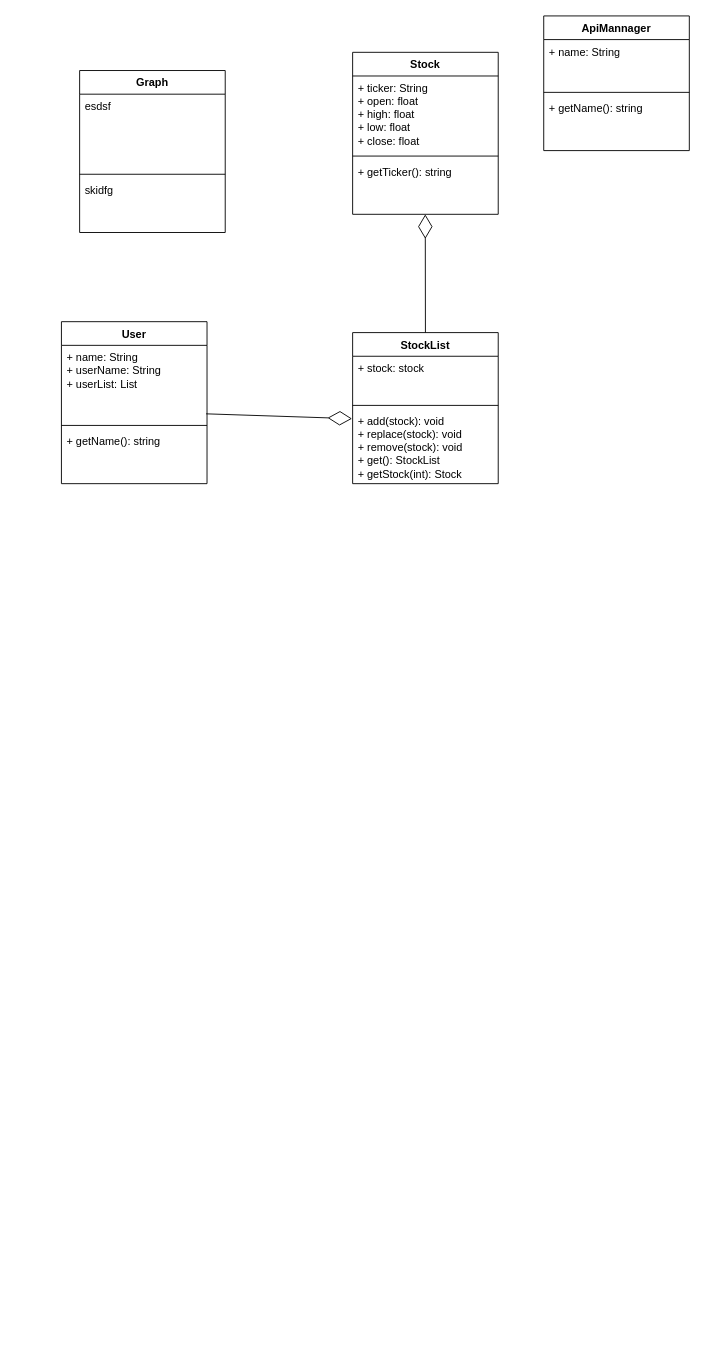
The draw.io diagram UML.drawio in Ian-Nelson01/480_Repo, before the edit. Source tidied: cells renumbered, new cells numbered last; positions are measured from the earlier drawing's top-left corner, leaving out a move shared by most shapes. Both pictures are drawn from the tidied source at 91%, with x=0, y=0 at pixel (61, 15).
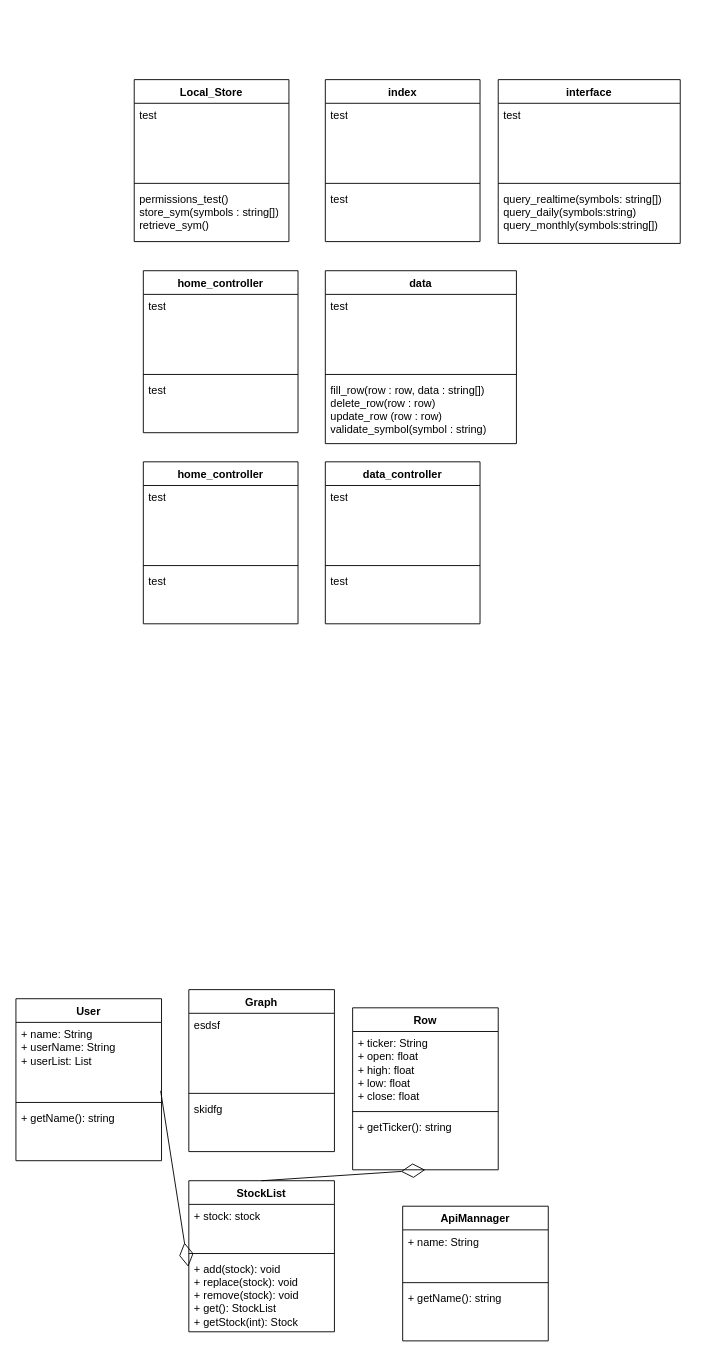
The same page after the edit.

The edit, as a diff of the source:
```diff
@@
-    <mxCell id="2" value="Stock" style="swimlane;fontStyle=1;align=center;verticalAlign=top;horizontal=1;startSize=26;whiteSpace=wrap;html=1;" parent="1" vertex="1">
-      <mxGeometry x="320" y="40" width="160" height="178" as="geometry" />
+    <mxCell id="2" value="Row" style="swimlane;fontStyle=1;align=center;verticalAlign=top;horizontal=1;startSize=26;whiteSpace=wrap;html=1;" parent="1" vertex="1">
+      <mxGeometry x="320" y="1090" width="160" height="178" as="geometry" />
     </mxCell>
@@
     <mxCell id="6" value="StockList" style="swimlane;fontStyle=1;align=center;verticalAlign=top;horizontal=1;startSize=26;whiteSpace=wrap;html=1;" parent="1" vertex="1">
-      <mxGeometry x="320" y="348" width="160" height="166" as="geometry" />
+      <mxGeometry x="140" y="1280" width="160" height="166" as="geometry" />
     </mxCell>
@@
     <mxCell id="10" value="User" style="swimlane;fontStyle=1;align=center;verticalAlign=top;horizontal=1;startSize=26;whiteSpace=wrap;html=1;" parent="1" vertex="1">
-      <mxGeometry y="336" width="160" height="178" as="geometry" />
+      <mxGeometry x="-50" y="1080" width="160" height="178" as="geometry" />
     </mxCell>
@@
     <mxCell id="14" value="ApiMannager" style="swimlane;fontStyle=1;align=center;verticalAlign=top;horizontal=1;startSize=26;whiteSpace=wrap;html=1;" parent="1" vertex="1">
-      <mxGeometry x="530" width="160" height="148" as="geometry" />
+      <mxGeometry x="375" y="1308" width="160" height="148" as="geometry" />
     </mxCell>
@@
     <mxCell id="20" value="Graph" style="swimlane;fontStyle=1;align=center;verticalAlign=top;horizontal=1;startSize=26;whiteSpace=wrap;html=1;" parent="1" vertex="1">
-      <mxGeometry x="20" y="60" width="160" height="178" as="geometry" />
+      <mxGeometry x="140" y="1070" width="160" height="178" as="geometry" />
     </mxCell>
@@
+    <mxCell id="24" value="Local_Store" style="swimlane;fontStyle=1;align=center;verticalAlign=top;horizontal=1;startSize=26;whiteSpace=wrap;html=1;" parent="1" vertex="1">
+      <mxGeometry x="80" y="70" width="170" height="178" as="geometry" />
+    </mxCell>
+    <mxCell id="25" value="test" style="text;strokeColor=none;fillColor=none;align=left;verticalAlign=top;spacingLeft=4;spacingRight=4;overflow=hidden;whiteSpace=wrap;html=1;" parent="24" vertex="1">
+      <mxGeometry y="26" width="170" height="84" as="geometry" />
+    </mxCell>
+    <mxCell id="26" style="line;strokeWidth=1;fillColor=none;align=left;verticalAlign=middle;spacingTop=-1;spacingLeft=3;spacingRight=3;labelPosition=right;strokeColor=inherit;" parent="24" vertex="1">
+      <mxGeometry y="110" width="170" height="8" as="geometry" />
+    </mxCell>
+    <mxCell id="27" value="&lt;div&gt;permissions_test()&lt;/div&gt;&lt;div&gt;store_sym(symbols : string[])&lt;/div&gt;&lt;div&gt;retrieve_sym()&lt;br&gt;&lt;/div&gt;" style="text;strokeColor=none;fillColor=none;align=left;verticalAlign=top;spacingLeft=4;spacingRight=4;overflow=hidden;whiteSpace=wrap;html=1;" parent="24" vertex="1">
+      <mxGeometry y="118" width="170" height="60" as="geometry" />
+    </mxCell>
+    <mxCell id="28" value="index" style="swimlane;fontStyle=1;align=center;verticalAlign=top;horizontal=1;startSize=26;whiteSpace=wrap;html=1;" parent="1" vertex="1">
+      <mxGeometry x="290" y="70" width="170" height="178" as="geometry" />
+    </mxCell>
+    <mxCell id="29" value="test" style="text;strokeColor=none;fillColor=none;align=left;verticalAlign=top;spacingLeft=4;spacingRight=4;overflow=hidden;whiteSpace=wrap;html=1;" parent="28" vertex="1">
+      <mxGeometry y="26" width="170" height="84" as="geometry" />
+    </mxCell>
+    <mxCell id="30" style="line;strokeWidth=1;fillColor=none;align=left;verticalAlign=middle;spacingTop=-1;spacingLeft=3;spacingRight=3;labelPosition=right;strokeColor=inherit;" parent="28" vertex="1">
+      <mxGeometry y="110" width="170" height="8" as="geometry" />
+    </mxCell>
+    <mxCell id="31" value="test" style="text;strokeColor=none;fillColor=none;align=left;verticalAlign=top;spacingLeft=4;spacingRight=4;overflow=hidden;whiteSpace=wrap;html=1;" parent="28" vertex="1">
+      <mxGeometry y="118" width="170" height="60" as="geometry" />
+    </mxCell>
+    <mxCell id="32" value="data" style="swimlane;fontStyle=1;align=center;verticalAlign=top;horizontal=1;startSize=26;whiteSpace=wrap;html=1;" parent="1" vertex="1">
+      <mxGeometry x="290" y="280" width="210" height="190" as="geometry" />
+    </mxCell>
+    <mxCell id="33" value="test" style="text;strokeColor=none;fillColor=none;align=left;verticalAlign=top;spacingLeft=4;spacingRight=4;overflow=hidden;whiteSpace=wrap;html=1;" parent="32" vertex="1">
+      <mxGeometry y="26" width="210" height="84" as="geometry" />
+    </mxCell>
+    <mxCell id="34" style="line;strokeWidth=1;fillColor=none;align=left;verticalAlign=middle;spacingTop=-1;spacingLeft=3;spacingRight=3;labelPosition=right;strokeColor=inherit;" parent="32" vertex="1">
+      <mxGeometry y="110" width="210" height="8" as="geometry" />
+    </mxCell>
+    <mxCell id="35" value="&lt;div&gt;fill_row(row : row, data : string[])&lt;/div&gt;&lt;div&gt;delete_row(row : row)&lt;/div&gt;&lt;div&gt;update_row (row : row)&lt;/div&gt;&lt;div&gt;validate_symbol(symbol : string) &lt;br&gt;&lt;/div&gt;" style="text;strokeColor=none;fillColor=none;align=left;verticalAlign=top;spacingLeft=4;spacingRight=4;overflow=hidden;whiteSpace=wrap;html=1;" parent="32" vertex="1">
+      <mxGeometry y="118" width="210" height="72" as="geometry" />
+    </mxCell>
+    <mxCell id="36" value="home_controller" style="swimlane;fontStyle=1;align=center;verticalAlign=top;horizontal=1;startSize=26;whiteSpace=wrap;html=1;" parent="1" vertex="1">
+      <mxGeometry x="90" y="280" width="170" height="178" as="geometry" />
+    </mxCell>
+    <mxCell id="37" value="test" style="text;strokeColor=none;fillColor=none;align=left;verticalAlign=top;spacingLeft=4;spacingRight=4;overflow=hidden;whiteSpace=wrap;html=1;" parent="36" vertex="1">
+      <mxGeometry y="26" width="170" height="84" as="geometry" />
+    </mxCell>
+    <mxCell id="38" style="line;strokeWidth=1;fillColor=none;align=left;verticalAlign=middle;spacingTop=-1;spacingLeft=3;spacingRight=3;labelPosition=right;strokeColor=inherit;" parent="36" vertex="1">
+      <mxGeometry y="110" width="170" height="8" as="geometry" />
+    </mxCell>
+    <mxCell id="39" value="test" style="text;strokeColor=none;fillColor=none;align=left;verticalAlign=top;spacingLeft=4;spacingRight=4;overflow=hidden;whiteSpace=wrap;html=1;" parent="36" vertex="1">
+      <mxGeometry y="118" width="170" height="60" as="geometry" />
+    </mxCell>
+    <mxCell id="40" value="home_controller" style="swimlane;fontStyle=1;align=center;verticalAlign=top;horizontal=1;startSize=26;whiteSpace=wrap;html=1;" parent="1" vertex="1">
+      <mxGeometry x="90" y="490" width="170" height="178" as="geometry" />
+    </mxCell>
+    <mxCell id="41" value="test" style="text;strokeColor=none;fillColor=none;align=left;verticalAlign=top;spacingLeft=4;spacingRight=4;overflow=hidden;whiteSpace=wrap;html=1;" parent="40" vertex="1">
+      <mxGeometry y="26" width="170" height="84" as="geometry" />
+    </mxCell>
+    <mxCell id="42" style="line;strokeWidth=1;fillColor=none;align=left;verticalAlign=middle;spacingTop=-1;spacingLeft=3;spacingRight=3;labelPosition=right;strokeColor=inherit;" parent="40" vertex="1">
+      <mxGeometry y="110" width="170" height="8" as="geometry" />
+    </mxCell>
+    <mxCell id="43" value="test" style="text;strokeColor=none;fillColor=none;align=left;verticalAlign=top;spacingLeft=4;spacingRight=4;overflow=hidden;whiteSpace=wrap;html=1;" parent="40" vertex="1">
+      <mxGeometry y="118" width="170" height="60" as="geometry" />
+    </mxCell>
+    <mxCell id="44" value="data_controller" style="swimlane;fontStyle=1;align=center;verticalAlign=top;horizontal=1;startSize=26;whiteSpace=wrap;html=1;" parent="1" vertex="1">
+      <mxGeometry x="290" y="490" width="170" height="178" as="geometry" />
+    </mxCell>
+    <mxCell id="45" value="test" style="text;strokeColor=none;fillColor=none;align=left;verticalAlign=top;spacingLeft=4;spacingRight=4;overflow=hidden;whiteSpace=wrap;html=1;" parent="44" vertex="1">
+      <mxGeometry y="26" width="170" height="84" as="geometry" />
+    </mxCell>
+    <mxCell id="46" style="line;strokeWidth=1;fillColor=none;align=left;verticalAlign=middle;spacingTop=-1;spacingLeft=3;spacingRight=3;labelPosition=right;strokeColor=inherit;" parent="44" vertex="1">
+      <mxGeometry y="110" width="170" height="8" as="geometry" />
+    </mxCell>
+    <mxCell id="47" value="test" style="text;strokeColor=none;fillColor=none;align=left;verticalAlign=top;spacingLeft=4;spacingRight=4;overflow=hidden;whiteSpace=wrap;html=1;" parent="44" vertex="1">
+      <mxGeometry y="118" width="170" height="60" as="geometry" />
+    </mxCell>
+    <mxCell id="48" value="interface" style="swimlane;fontStyle=1;align=center;verticalAlign=top;horizontal=1;startSize=26;whiteSpace=wrap;html=1;" parent="1" vertex="1">
+      <mxGeometry x="480" y="70" width="200" height="180" as="geometry" />
+    </mxCell>
+    <mxCell id="49" value="test" style="text;strokeColor=none;fillColor=none;align=left;verticalAlign=top;spacingLeft=4;spacingRight=4;overflow=hidden;whiteSpace=wrap;html=1;" parent="48" vertex="1">
+      <mxGeometry y="26" width="200" height="84" as="geometry" />
+    </mxCell>
+    <mxCell id="50" style="line;strokeWidth=1;fillColor=none;align=left;verticalAlign=middle;spacingTop=-1;spacingLeft=3;spacingRight=3;labelPosition=right;strokeColor=inherit;" parent="48" vertex="1">
+      <mxGeometry y="110" width="200" height="8" as="geometry" />
+    </mxCell>
+    <mxCell id="51" value="&lt;div&gt;query_realtime(symbols: string[])&lt;/div&gt;&lt;div&gt;query_daily(symbols:string)&lt;/div&gt;&lt;div&gt;query_monthly(symbols:string[])&lt;br&gt;&lt;/div&gt;" style="text;strokeColor=none;fillColor=none;align=left;verticalAlign=top;spacingLeft=4;spacingRight=4;overflow=hidden;whiteSpace=wrap;html=1;" parent="48" vertex="1">
+      <mxGeometry y="118" width="200" height="62" as="geometry" />
+    </mxCell>
```
